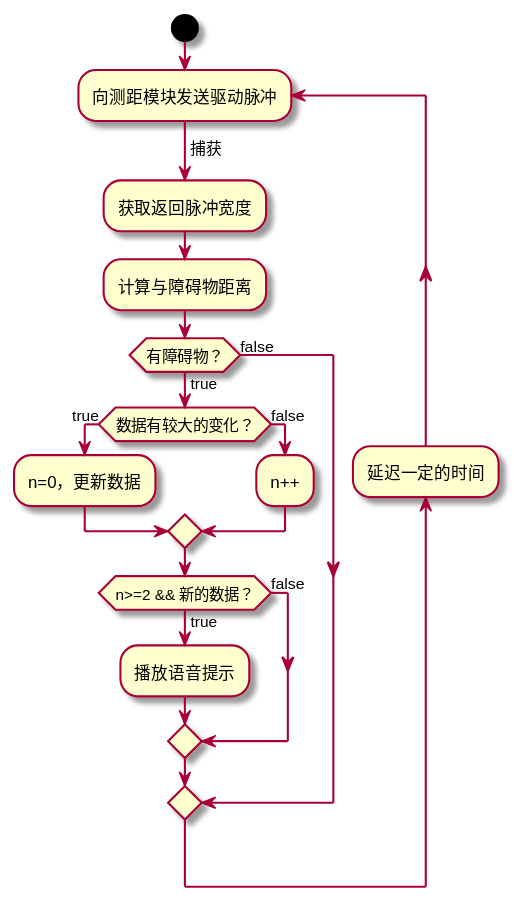
Earlier version of the PlantUML export plantuml/测距.svg (LGH1996/biye).
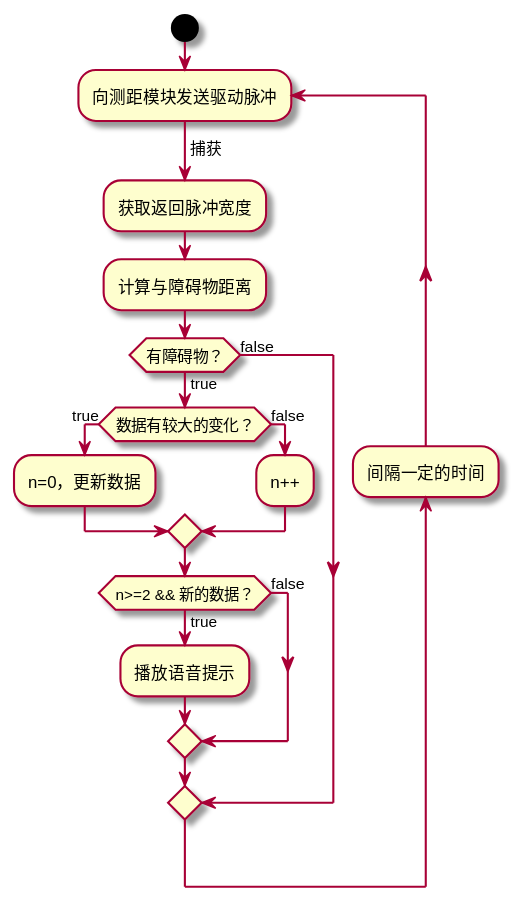
Later version of the same file.

Diff of the diagram source:
```diff
@@ -16,6 +16,6 @@
 else (false)
 endif
 endif
-backward:延迟一定的时间;
+backward:间隔一定的时间;
 repeat while
 @enduml
```
